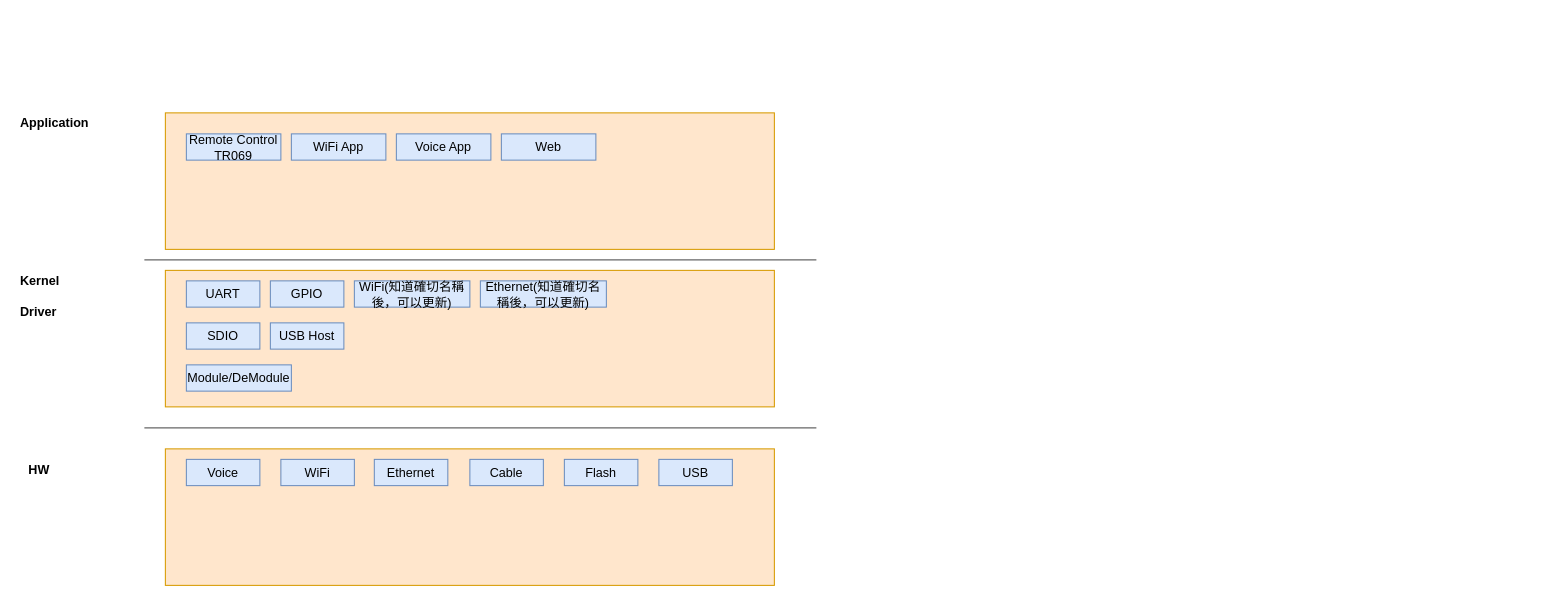
This is page "Framework" (1 of 6) of Cable_Modem_Architecture_Sample.drawio from nelsonchung/drawio, a draw.io file, before an edit. Source tidied: cells renumbered, new cells numbered last; positions are measured from the earlier drawing's top-left corner, leaving out a move shared by most shapes. Both pictures are drawn from the tidied source at 105%, with x=0, y=0 at pixel (18, 112).
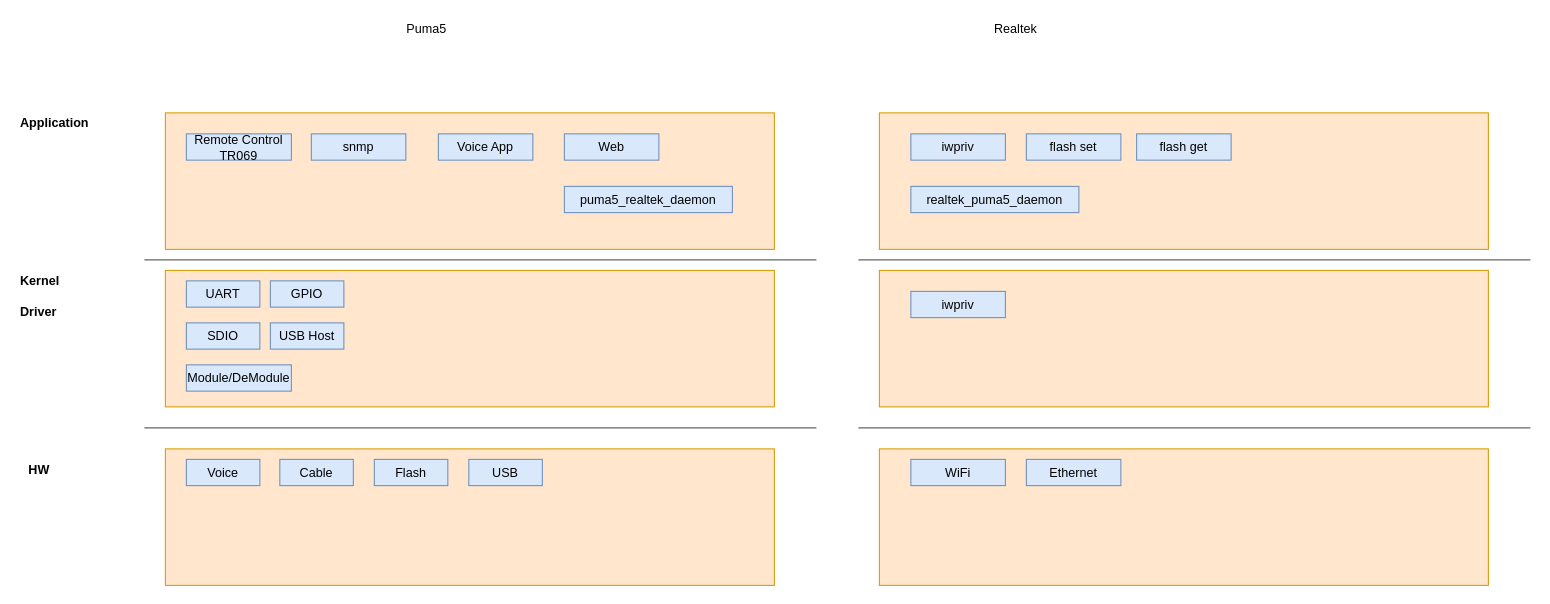
The same diagram, later.

Commit message:
[Cable_Modem_Architecture_Sample] 更新Framework

Diff of the diagram source:
```diff
@@
     <mxCell id="9" value="Remote Control&lt;br&gt;TR069" style="rounded=0;whiteSpace=wrap;html=1;fillColor=#dae8fc;strokeColor=#6c8ebf;" parent="1" vertex="1">
-      <mxGeometry x="160" y="20" width="90" height="25" as="geometry" />
+      <mxGeometry x="160" y="20" width="100" height="25" as="geometry" />
     </mxCell>
-    <mxCell id="10" value="WiFi App" style="rounded=0;whiteSpace=wrap;html=1;fillColor=#dae8fc;strokeColor=#6c8ebf;" parent="1" vertex="1">
-      <mxGeometry x="260" y="20" width="90" height="25" as="geometry" />
-    </mxCell>
     <mxCell id="11" value="Voice App" style="rounded=0;whiteSpace=wrap;html=1;fillColor=#dae8fc;strokeColor=#6c8ebf;" parent="1" vertex="1">
-      <mxGeometry x="360" y="20" width="90" height="25" as="geometry" />
+      <mxGeometry x="400" y="20" width="90" height="25" as="geometry" />
     </mxCell>
@@
-    <mxCell id="15" value="WiFi" style="rounded=0;whiteSpace=wrap;html=1;fillColor=#dae8fc;strokeColor=#6c8ebf;" parent="1" vertex="1">
-      <mxGeometry x="250" y="330" width="70" height="25" as="geometry" />
-    </mxCell>
-    <mxCell id="16" value="Ethernet" style="rounded=0;whiteSpace=wrap;html=1;fillColor=#dae8fc;strokeColor=#6c8ebf;" parent="1" vertex="1">
-      <mxGeometry x="339" y="330" width="70" height="25" as="geometry" />
-    </mxCell>
     <mxCell id="17" value="Cable" style="rounded=0;whiteSpace=wrap;html=1;fillColor=#dae8fc;strokeColor=#6c8ebf;" parent="1" vertex="1">
-      <mxGeometry x="430" y="330" width="70" height="25" as="geometry" />
+      <mxGeometry x="249" y="330" width="70" height="25" as="geometry" />
     </mxCell>
     <mxCell id="18" value="Flash" style="rounded=0;whiteSpace=wrap;html=1;fillColor=#dae8fc;strokeColor=#6c8ebf;" parent="1" vertex="1">
-      <mxGeometry x="520" y="330" width="70" height="25" as="geometry" />
+      <mxGeometry x="339" y="330" width="70" height="25" as="geometry" />
     </mxCell>
     <mxCell id="19" value="Web" style="rounded=0;whiteSpace=wrap;html=1;fillColor=#dae8fc;strokeColor=#6c8ebf;" parent="1" vertex="1">
-      <mxGeometry x="460" y="20" width="90" height="25" as="geometry" />
+      <mxGeometry x="520" y="20" width="90" height="25" as="geometry" />
     </mxCell>
@@
-    <mxCell id="22" value="WiFi(知道確切名稱後，可以更新)" style="rounded=0;whiteSpace=wrap;html=1;fillColor=#dae8fc;strokeColor=#6c8ebf;" parent="1" vertex="1">
-      <mxGeometry x="320" y="160" width="110" height="25" as="geometry" />
-    </mxCell>
-    <mxCell id="23" value="Ethernet(知道確切名稱後，可以更新)" style="rounded=0;whiteSpace=wrap;html=1;fillColor=#dae8fc;strokeColor=#6c8ebf;" parent="1" vertex="1">
-      <mxGeometry x="440" y="160" width="120" height="25" as="geometry" />
-    </mxCell>
@@
     <mxCell id="27" value="USB" style="rounded=0;whiteSpace=wrap;html=1;fillColor=#dae8fc;strokeColor=#6c8ebf;" parent="1" vertex="1">
-      <mxGeometry x="610" y="330" width="70" height="25" as="geometry" />
+      <mxGeometry x="429" y="330" width="70" height="25" as="geometry" />
     </mxCell>
+    <mxCell id="28" value="snmp" style="rounded=0;whiteSpace=wrap;html=1;fillColor=#dae8fc;strokeColor=#6c8ebf;" parent="1" vertex="1">
+      <mxGeometry x="279" y="20" width="90" height="25" as="geometry" />
+    </mxCell>
+    <mxCell id="29" value="Puma5" style="text;html=1;strokeColor=none;fillColor=none;align=center;verticalAlign=middle;whiteSpace=wrap;rounded=0;" parent="1" vertex="1">
+      <mxGeometry x="369" y="-90" width="40" height="20" as="geometry" />
+    </mxCell>
+    <mxCell id="30" value="Realtek" style="text;html=1;strokeColor=none;fillColor=none;align=center;verticalAlign=middle;whiteSpace=wrap;rounded=0;" parent="1" vertex="1">
+      <mxGeometry x="930" y="-90" width="40" height="20" as="geometry" />
+    </mxCell>
+    <mxCell id="31" style="rounded=0;whiteSpace=wrap;html=1;fillColor=#ffe6cc;strokeColor=#d79b00;" parent="1" vertex="1">
+      <mxGeometry x="820" width="580" height="130" as="geometry" />
+    </mxCell>
+    <mxCell id="32" style="endArrow=none;html=1;fillColor=#f5f5f5;strokeColor=#666666;" parent="1" edge="1">
+      <mxGeometry relative="1" as="geometry">
+        <mxPoint x="800" y="140" as="sourcePoint" />
+        <mxPoint x="1440" y="140" as="targetPoint" />
+      </mxGeometry>
+    </mxCell>
+    <mxCell id="33" style="rounded=0;whiteSpace=wrap;html=1;fillColor=#ffe6cc;strokeColor=#d79b00;" parent="1" vertex="1">
+      <mxGeometry x="820" y="150" width="580" height="130" as="geometry" />
+    </mxCell>
+    <mxCell id="34" style="endArrow=none;html=1;fillColor=#f5f5f5;strokeColor=#666666;" parent="1" edge="1">
+      <mxGeometry relative="1" as="geometry">
+        <mxPoint x="800" y="300" as="sourcePoint" />
+        <mxPoint x="1440" y="300" as="targetPoint" />
+      </mxGeometry>
+    </mxCell>
+    <mxCell id="35" style="rounded=0;whiteSpace=wrap;html=1;fillColor=#ffe6cc;strokeColor=#d79b00;" parent="1" vertex="1">
+      <mxGeometry x="820" y="320" width="580" height="130" as="geometry" />
+    </mxCell>
+    <mxCell id="36" value="iwpriv" style="rounded=0;whiteSpace=wrap;html=1;fillColor=#dae8fc;strokeColor=#6c8ebf;" parent="1" vertex="1">
+      <mxGeometry x="850" y="20" width="90" height="25" as="geometry" />
+    </mxCell>
+    <mxCell id="37" value="iwpriv" style="rounded=0;whiteSpace=wrap;html=1;fillColor=#dae8fc;strokeColor=#6c8ebf;" parent="1" vertex="1">
+      <mxGeometry x="850" y="170" width="90" height="25" as="geometry" />
+    </mxCell>
+    <mxCell id="38" value="flash set" style="rounded=0;whiteSpace=wrap;html=1;fillColor=#dae8fc;strokeColor=#6c8ebf;" parent="1" vertex="1">
+      <mxGeometry x="960" y="20" width="90" height="25" as="geometry" />
+    </mxCell>
+    <mxCell id="39" value="flash get" style="rounded=0;whiteSpace=wrap;html=1;fillColor=#dae8fc;strokeColor=#6c8ebf;" parent="1" vertex="1">
+      <mxGeometry x="1065" y="20" width="90" height="25" as="geometry" />
+    </mxCell>
+    <mxCell id="15" value="WiFi" style="rounded=0;whiteSpace=wrap;html=1;fillColor=#dae8fc;strokeColor=#6c8ebf;" parent="1" vertex="1">
+      <mxGeometry x="850" y="330" width="90" height="25" as="geometry" />
+    </mxCell>
+    <mxCell id="16" value="Ethernet" style="rounded=0;whiteSpace=wrap;html=1;fillColor=#dae8fc;strokeColor=#6c8ebf;" parent="1" vertex="1">
+      <mxGeometry x="960" y="330" width="90" height="25" as="geometry" />
+    </mxCell>
+    <mxCell id="40" value="puma5_realtek_daemon" style="rounded=0;whiteSpace=wrap;html=1;fillColor=#dae8fc;strokeColor=#6c8ebf;" parent="1" vertex="1">
+      <mxGeometry x="520" y="70" width="160" height="25" as="geometry" />
+    </mxCell>
+    <mxCell id="41" value="realtek_puma5_daemon" style="rounded=0;whiteSpace=wrap;html=1;fillColor=#dae8fc;strokeColor=#6c8ebf;" parent="1" vertex="1">
+      <mxGeometry x="850" y="70" width="160" height="25" as="geometry" />
+    </mxCell>
```
